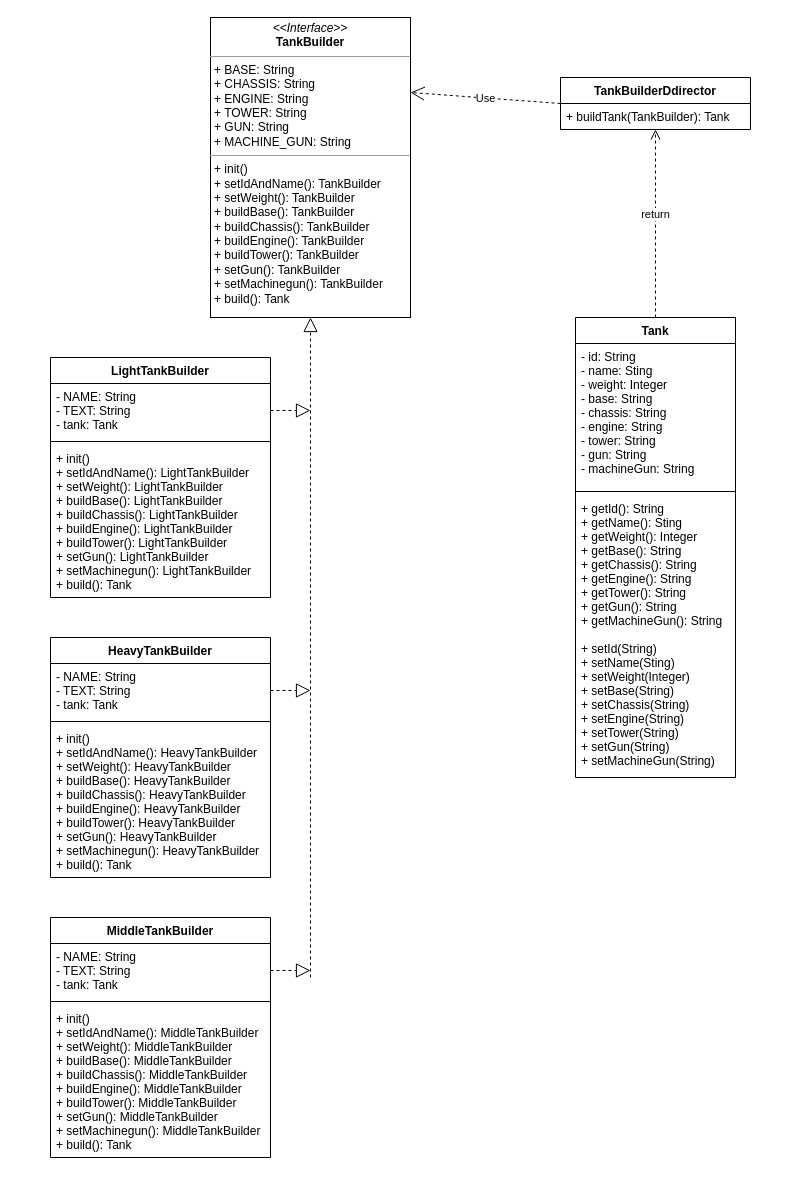
The draw.io diagram src/creation/builder/builder.drawio in SichniyAndriy/Avada_Task-5_Patterns, before the edit. Source tidied: cells renumbered, new cells numbered last; positions are measured from the earlier drawing's top-left corner, leaving out a move shared by most shapes. Both pictures are drawn from the tidied source at 100%, with x=0, y=0 at pixel (50, 17).
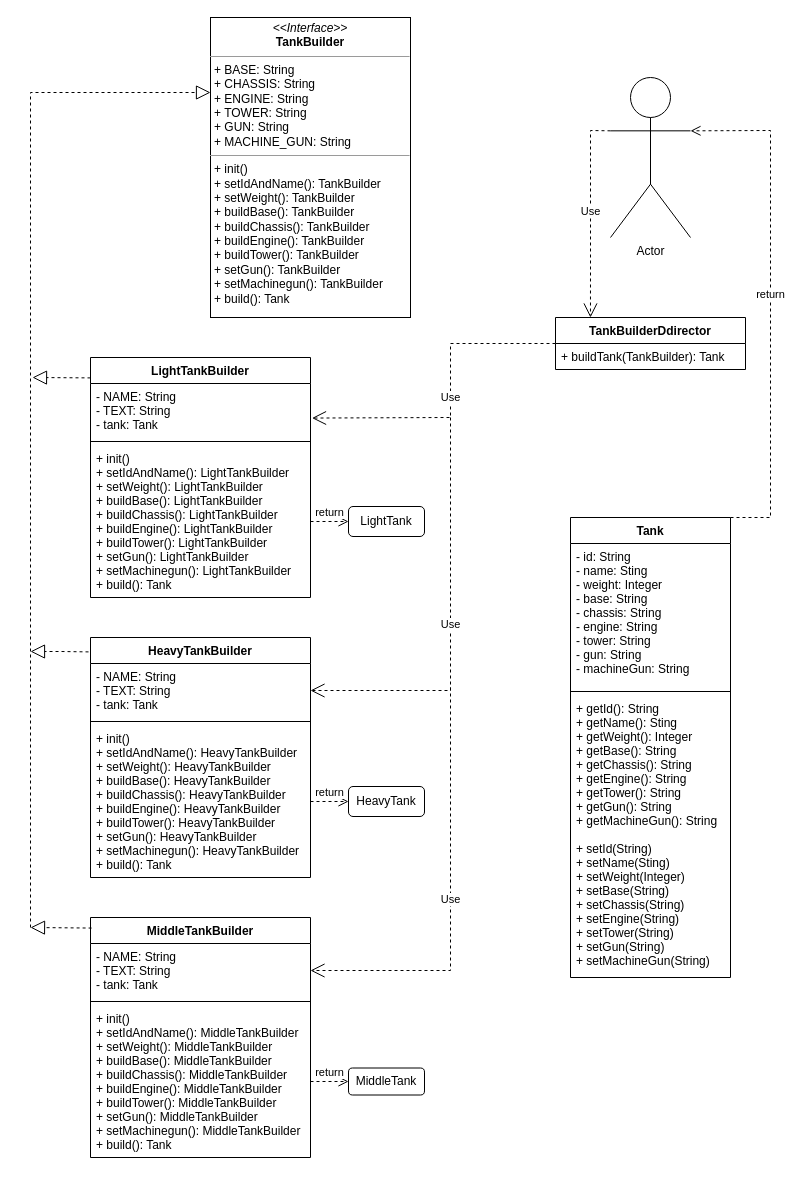
The same page after the edit.

Commit message:
fix builder diagram

Unchanged cells that the change refers to:
```xml
<mxCell id="6" value="&lt;p style=&quot;margin:0px;margin-top:4px;text-align:center;&quot;&gt;&lt;i&gt;&amp;lt;&amp;lt;Interface&amp;gt;&amp;gt;&lt;/i&gt;&lt;br&gt;&lt;b&gt;TankBuilder&lt;/b&gt;&lt;/p&gt;&lt;hr size=&quot;1&quot;&gt;&lt;p style=&quot;margin:0px;margin-left:4px;&quot;&gt;+ BASE: String&lt;/p&gt;&lt;p style=&quot;margin:0px;margin-left:4px;&quot;&gt;+ CHASSIS: String&lt;/p&gt;&lt;p style=&quot;margin:0px;margin-left:4px;&quot;&gt;+ ENGINE: String&lt;/p&gt;&lt;p style=&quot;margin:0px;margin-left:4px;&quot;&gt;+ TOWER: String&lt;/p&gt;&lt;p style=&quot;margin:0px;margin-left:4px;&quot;&gt;+ GUN: String&lt;/p&gt;&lt;p style=&quot;margin:0px;margin-left:4px;&quot;&gt;+ MACHINE_GUN: String&lt;/p&gt;&lt;hr size=&quot;1&quot;&gt;&lt;p style=&quot;margin:0px;margin-left:4px;&quot;&gt;+ init()&lt;/p&gt;&lt;p style=&quot;margin:0px;margin-left:4px;&quot;&gt;+ setIdAndName(): TankBuilder&lt;/p&gt;&lt;p style=&quot;margin:0px;margin-left:4px;&quot;&gt;+ setWeight(): TankBuilder&lt;/p&gt;&lt;p style=&quot;margin:0px;margin-left:4px;&quot;&gt;+ buildBase(): TankBuilder&lt;/p&gt;&lt;p style=&quot;margin:0px;margin-left:4px;&quot;&gt;+ buildChassis(): TankBuilder&lt;/p&gt;&lt;p style=&quot;margin:0px;margin-left:4px;&quot;&gt;+ buildEngine(): TankBuilder&lt;/p&gt;&lt;p style=&quot;margin:0px;margin-left:4px;&quot;&gt;+ buildTower(): TankBuilder&lt;/p&gt;&lt;p style=&quot;margin:0px;margin-left:4px;&quot;&gt;+ setGun(): TankBuilder&lt;/p&gt;&lt;p style=&quot;margin:0px;margin-left:4px;&quot;&gt;+ setMachinegun(): TankBuilder&lt;/p&gt;&lt;p style=&quot;margin:0px;margin-left:4px;&quot;&gt;+ build(): Tank&lt;/p&gt;" style="verticalAlign=top;align=left;overflow=fill;fontSize=12;fontFamily=Helvetica;html=1;" parent="1" vertex="1">
  <mxGeometry x="160" width="200" height="300" as="geometry" />
</mxCell>
<mxCell id="8" value="- NAME: String&#10;- TEXT: String&#10;- tank: Tank" style="text;strokeColor=none;fillColor=none;align=left;verticalAlign=top;spacingLeft=4;spacingRight=4;overflow=hidden;points=[[0,0.5],[1,0.5]];portConstraint=eastwest;" parent="7" vertex="1">
  <mxGeometry y="26" width="220" height="54" as="geometry" />
</mxCell>
<mxCell id="10" value="+ init()&#10;+ setIdAndName(): LightTankBuilder&#10;+ setWeight(): LightTankBuilder&#10;+ buildBase(): LightTankBuilder&#10;+ buildChassis(): LightTankBuilder&#10;+ buildEngine(): LightTankBuilder&#10;+ buildTower(): LightTankBuilder&#10;+ setGun(): LightTankBuilder&#10;+ setMachinegun(): LightTankBuilder&#10;+ build(): Tank" style="text;strokeColor=none;fillColor=none;align=left;verticalAlign=top;spacingLeft=4;spacingRight=4;overflow=hidden;points=[[0,0.5],[1,0.5]];portConstraint=eastwest;" parent="7" vertex="1">
  <mxGeometry y="88" width="220" height="152" as="geometry" />
</mxCell>
<mxCell id="12" value="- NAME: String&#10;- TEXT: String&#10;- tank: Tank" style="text;strokeColor=none;fillColor=none;align=left;verticalAlign=top;spacingLeft=4;spacingRight=4;overflow=hidden;points=[[0,0.5],[1,0.5]];portConstraint=eastwest;" parent="11" vertex="1">
  <mxGeometry y="26" width="220" height="54" as="geometry" />
</mxCell>
<mxCell id="14" value="+ init()&#10;+ setIdAndName(): MiddleTankBuilder&#10;+ setWeight(): MiddleTankBuilder&#10;+ buildBase(): MiddleTankBuilder&#10;+ buildChassis(): MiddleTankBuilder&#10;+ buildEngine(): MiddleTankBuilder&#10;+ buildTower(): MiddleTankBuilder&#10;+ setGun(): MiddleTankBuilder&#10;+ setMachinegun(): MiddleTankBuilder&#10;+ build(): Tank" style="text;strokeColor=none;fillColor=none;align=left;verticalAlign=top;spacingLeft=4;spacingRight=4;overflow=hidden;points=[[0,0.5],[1,0.5]];portConstraint=eastwest;" parent="11" vertex="1">
  <mxGeometry y="88" width="220" height="152" as="geometry" />
</mxCell>
<mxCell id="16" value="- NAME: String&#10;- TEXT: String&#10;- tank: Tank" style="text;strokeColor=none;fillColor=none;align=left;verticalAlign=top;spacingLeft=4;spacingRight=4;overflow=hidden;points=[[0,0.5],[1,0.5]];portConstraint=eastwest;" parent="15" vertex="1">
  <mxGeometry y="26" width="220" height="54" as="geometry" />
</mxCell>
<mxCell id="18" value="+ init()&#10;+ setIdAndName(): HeavyTankBuilder&#10;+ setWeight(): HeavyTankBuilder&#10;+ buildBase(): HeavyTankBuilder&#10;+ buildChassis(): HeavyTankBuilder&#10;+ buildEngine(): HeavyTankBuilder&#10;+ buildTower(): HeavyTankBuilder&#10;+ setGun(): HeavyTankBuilder&#10;+ setMachinegun(): HeavyTankBuilder&#10;+ build(): Tank" style="text;strokeColor=none;fillColor=none;align=left;verticalAlign=top;spacingLeft=4;spacingRight=4;overflow=hidden;points=[[0,0.5],[1,0.5]];portConstraint=eastwest;" parent="15" vertex="1">
  <mxGeometry y="88" width="220" height="152" as="geometry" />
</mxCell>
<mxCell id="24" value="+ buildTank(TankBuilder): Tank" style="text;strokeColor=none;fillColor=none;align=left;verticalAlign=top;spacingLeft=4;spacingRight=4;overflow=hidden;points=[[0,0.5],[1,0.5]];portConstraint=eastwest;" parent="23" vertex="1">
  <mxGeometry y="26" width="190" height="26" as="geometry" />
</mxCell>
```

Diff of the diagram source:
```diff
@@
     <mxCell id="2" value="Tank" style="swimlane;fontStyle=1;align=center;verticalAlign=top;horizontal=1;startSize=26;" parent="1" vertex="1">
-      <mxGeometry x="525" y="300" width="160" height="460" as="geometry" />
+      <mxGeometry x="520" y="500" width="160" height="460" as="geometry" />
     </mxCell>
@@
     <mxCell id="7" value="LightTankBuilder" style="swimlane;fontStyle=1;align=center;verticalAlign=top;horizontal=1;startSize=26;" parent="1" vertex="1">
-      <mxGeometry y="340" width="220" height="240" as="geometry" />
+      <mxGeometry x="40" y="340" width="220" height="240" as="geometry" />
     </mxCell>
@@
     <mxCell id="11" value="MiddleTankBuilder" style="swimlane;fontStyle=1;align=center;verticalAlign=top;horizontal=1;startSize=26;" parent="1" vertex="1">
-      <mxGeometry y="900" width="220" height="240" as="geometry" />
+      <mxGeometry x="40" y="900" width="220" height="240" as="geometry" />
     </mxCell>
@@
     <mxCell id="15" value="HeavyTankBuilder" style="swimlane;fontStyle=1;align=center;verticalAlign=top;horizontal=1;startSize=26;" parent="1" vertex="1">
-      <mxGeometry y="620" width="220" height="240" as="geometry" />
+      <mxGeometry x="40" y="620" width="220" height="240" as="geometry" />
     </mxCell>
@@
-    <mxCell id="20" style="endArrow=block;dashed=1;endFill=0;endSize=12;html=1;rounded=0;entryX=0.5;entryY=1;entryDx=0;entryDy=0;" parent="1" edge="1" target="6">
+    <mxCell id="20" style="endArrow=block;dashed=1;endFill=0;endSize=12;html=1;rounded=0;entryX=0;entryY=0.25;entryDx=0;entryDy=0;" parent="1" edge="1" target="6">
       <mxGeometry relative="1" as="geometry">
-        <mxPoint x="260" y="960" as="sourcePoint" />
+        <mxPoint x="-20" y="910" as="sourcePoint" />
+        <Array as="points">
+          <mxPoint x="-20" y="75" />
+        </Array>
       </mxGeometry>
     </mxCell>
-    <mxCell id="21" style="endArrow=block;dashed=1;endFill=0;endSize=12;html=1;rounded=0;exitX=1;exitY=0.5;exitDx=0;exitDy=0;" parent="1" edge="1" source="16">
+    <mxCell id="21" style="endArrow=block;dashed=1;endFill=0;endSize=12;html=1;rounded=0;exitX=-0.009;exitY=0.06;exitDx=0;exitDy=0;exitPerimeter=0;" parent="1" edge="1" source="15">
       <mxGeometry relative="1" as="geometry">
-        <mxPoint x="260" y="673" as="targetPoint" />
+        <mxPoint x="-20" y="634" as="targetPoint" />
+        <Array as="points">
+          <mxPoint x="10" y="634" />
+        </Array>
       </mxGeometry>
     </mxCell>
-    <mxCell id="22" style="endArrow=block;dashed=1;endFill=0;endSize=12;html=1;rounded=0;exitX=1;exitY=0.5;exitDx=0;exitDy=0;" parent="1" edge="1" source="12">
+    <mxCell id="22" style="endArrow=block;dashed=1;endFill=0;endSize=12;html=1;rounded=0;exitX=0.005;exitY=0.044;exitDx=0;exitDy=0;exitPerimeter=0;" parent="1" edge="1" source="11">
       <mxGeometry relative="1" as="geometry">
-        <mxPoint x="260" y="953" as="targetPoint" />
+        <mxPoint x="-20" y="910" as="targetPoint" />
       </mxGeometry>
     </mxCell>
     <mxCell id="23" value="TankBuilderDdirector" style="swimlane;fontStyle=1;align=center;verticalAlign=top;horizontal=1;startSize=26;" parent="1" vertex="1">
-      <mxGeometry x="510" y="60" width="190" height="52" as="geometry" />
+      <mxGeometry x="505" y="300" width="190" height="52" as="geometry" />
     </mxCell>
@@
-    <mxCell id="25" value="Use" style="endArrow=open;endSize=12;dashed=1;html=1;rounded=0;exitX=0;exitY=0.5;exitDx=0;exitDy=0;entryX=1;entryY=0.25;entryDx=0;entryDy=0;" parent="1" edge="1" source="23" target="6">
-      <mxGeometry relative="1" as="geometry" />
+    <mxCell id="25" value="Use" style="endArrow=open;endSize=12;dashed=1;html=1;rounded=0;exitX=0;exitY=0.5;exitDx=0;exitDy=0;entryX=1.007;entryY=0.64;entryDx=0;entryDy=0;entryPerimeter=0;" parent="1" edge="1" source="23" target="8">
+      <mxGeometry relative="1" as="geometry">
+        <Array as="points">
+          <mxPoint x="400" y="326" />
+          <mxPoint x="400" y="400" />
+        </Array>
+      </mxGeometry>
     </mxCell>
-    <mxCell id="26" value="return" style="html=1;verticalAlign=bottom;endArrow=open;dashed=1;endSize=8;rounded=0;exitX=0.5;exitY=0;exitDx=0;exitDy=0;" parent="1" edge="1" source="2" target="24">
-      <mxGeometry relative="1" as="geometry" />
+    <mxCell id="26" value="return" style="html=1;verticalAlign=bottom;endArrow=open;dashed=1;endSize=8;rounded=0;exitX=1;exitY=0;exitDx=0;exitDy=0;entryX=1;entryY=0.3333333333333333;entryDx=0;entryDy=0;entryPerimeter=0;" parent="1" edge="1" source="2" target="27">
+      <mxGeometry relative="1" as="geometry">
+        <Array as="points">
+          <mxPoint x="720" y="500" />
+          <mxPoint x="720" y="380" />
+          <mxPoint x="720" y="113" />
+        </Array>
+      </mxGeometry>
     </mxCell>
+    <mxCell id="27" value="Actor" style="shape=umlActor;verticalLabelPosition=bottom;verticalAlign=top;html=1;outlineConnect=0;" parent="1" vertex="1">
+      <mxGeometry x="560" y="60" width="80" height="160" as="geometry" />
+    </mxCell>
+    <mxCell id="28" value="Use" style="endArrow=open;endSize=12;dashed=1;html=1;rounded=0;entryX=0.184;entryY=0;entryDx=0;entryDy=0;entryPerimeter=0;exitX=0;exitY=0.3333333333333333;exitDx=0;exitDy=0;exitPerimeter=0;" parent="1" edge="1" source="27" target="23">
+      <mxGeometry x="-0.02" relative="1" as="geometry">
+        <Array as="points">
+          <mxPoint x="540" y="113" />
+          <mxPoint x="540" y="260" />
+        </Array>
+      </mxGeometry>
+    </mxCell>
+    <mxCell id="29" style="endArrow=block;dashed=1;endFill=0;endSize=12;html=1;rounded=0;exitX=-0.009;exitY=0.06;exitDx=0;exitDy=0;exitPerimeter=0;" parent="1" edge="1">
+      <mxGeometry relative="1" as="geometry">
+        <mxPoint x="40" y="360.4" as="sourcePoint" />
+        <mxPoint x="-18" y="360" as="targetPoint" />
+      </mxGeometry>
+    </mxCell>
+    <mxCell id="30" value="Use" style="endArrow=open;endSize=12;dashed=1;html=1;rounded=0;entryX=1;entryY=0.5;entryDx=0;entryDy=0;" parent="1" edge="1" target="16">
+      <mxGeometry relative="1" as="geometry">
+        <mxPoint x="400" y="400" as="sourcePoint" />
+        <Array as="points">
+          <mxPoint x="400" y="673" />
+        </Array>
+      </mxGeometry>
+    </mxCell>
+    <mxCell id="31" value="Use" style="endArrow=open;endSize=12;dashed=1;html=1;rounded=0;entryX=1;entryY=0.5;entryDx=0;entryDy=0;" parent="1" edge="1" target="12">
+      <mxGeometry relative="1" as="geometry">
+        <mxPoint x="400" y="670" as="sourcePoint" />
+        <Array as="points">
+          <mxPoint x="400" y="953" />
+        </Array>
+      </mxGeometry>
+    </mxCell>
+    <mxCell id="32" value="return" style="html=1;verticalAlign=bottom;endArrow=open;dashed=1;endSize=8;rounded=0;" parent="1" edge="1" source="14" target="33">
+      <mxGeometry relative="1" as="geometry" />
+    </mxCell>
+    <mxCell id="33" value="MiddleTank" style="rounded=1;whiteSpace=wrap;html=1;" parent="1" vertex="1">
+      <mxGeometry x="298" y="1050.5" width="76" height="27" as="geometry" />
+    </mxCell>
+    <mxCell id="34" value="HeavyTank" style="rounded=1;whiteSpace=wrap;html=1;" parent="1" vertex="1">
+      <mxGeometry x="298" y="769" width="76" height="30" as="geometry" />
+    </mxCell>
+    <mxCell id="35" value="LightTank" style="rounded=1;whiteSpace=wrap;html=1;" parent="1" vertex="1">
+      <mxGeometry x="298" y="489" width="76" height="30" as="geometry" />
+    </mxCell>
+    <mxCell id="36" value="return" style="html=1;verticalAlign=bottom;endArrow=open;dashed=1;endSize=8;rounded=0;exitX=1;exitY=0.5;exitDx=0;exitDy=0;entryX=0;entryY=0.5;entryDx=0;entryDy=0;" parent="1" edge="1" source="10" target="35">
+      <mxGeometry relative="1" as="geometry" />
+    </mxCell>
+    <mxCell id="37" value="return" style="html=1;verticalAlign=bottom;endArrow=open;dashed=1;endSize=8;rounded=0;exitX=1;exitY=0.5;exitDx=0;exitDy=0;entryX=0;entryY=0.5;entryDx=0;entryDy=0;" parent="1" edge="1" source="18" target="34">
+      <mxGeometry relative="1" as="geometry" />
+    </mxCell>
```
